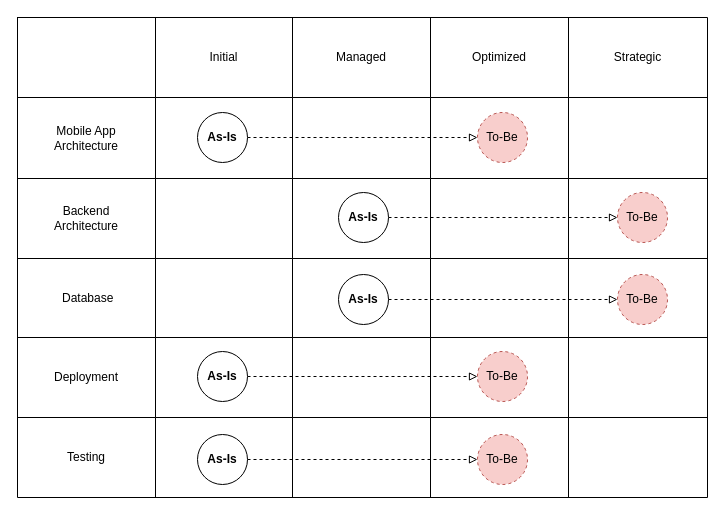
Before: Tech Maturity Assessment.drawio in KareemEl-Giushy/Huawei-Cloud-Diagrams, a draw.io diagram. Source tidied: cells renumbered, new cells numbered last; positions are measured from the earlier drawing's top-left corner, leaving out a move shared by most shapes. Both pictures are drawn from the tidied source at 100%, with x=0, y=0 at pixel (17, 17).
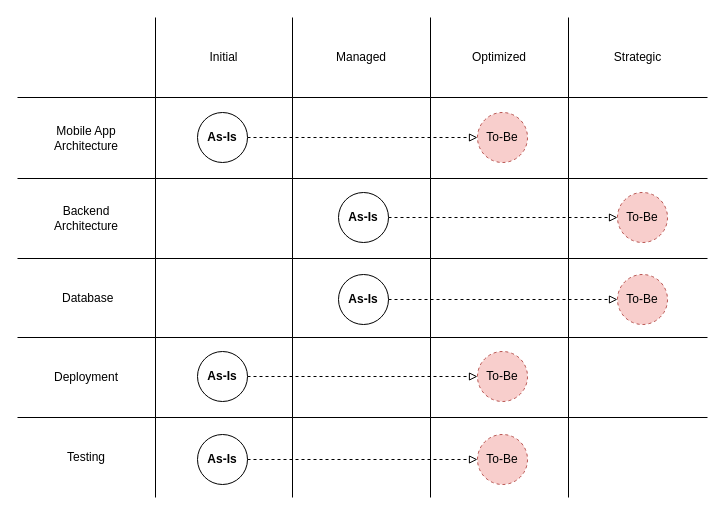
The same page after the edit.

Commit message:
Update Tech Maturity Assessment Borderless.drawio

Diff of the diagram source:
```diff
@@
-    <mxCell id="2" style="shape=table;html=1;whiteSpace=wrap;startSize=0;childLayout=tableLayout;gradientColor=none;" parent="1" vertex="1">
+    <mxCell id="2" style="shape=table;html=1;whiteSpace=wrap;startSize=0;childLayout=tableLayout;gradientColor=none;bottom=0;left=0;right=0;top=0;fillColor=none;" parent="1" vertex="1">
       <mxGeometry width="690" height="480" as="geometry" />
     </mxCell>
```
